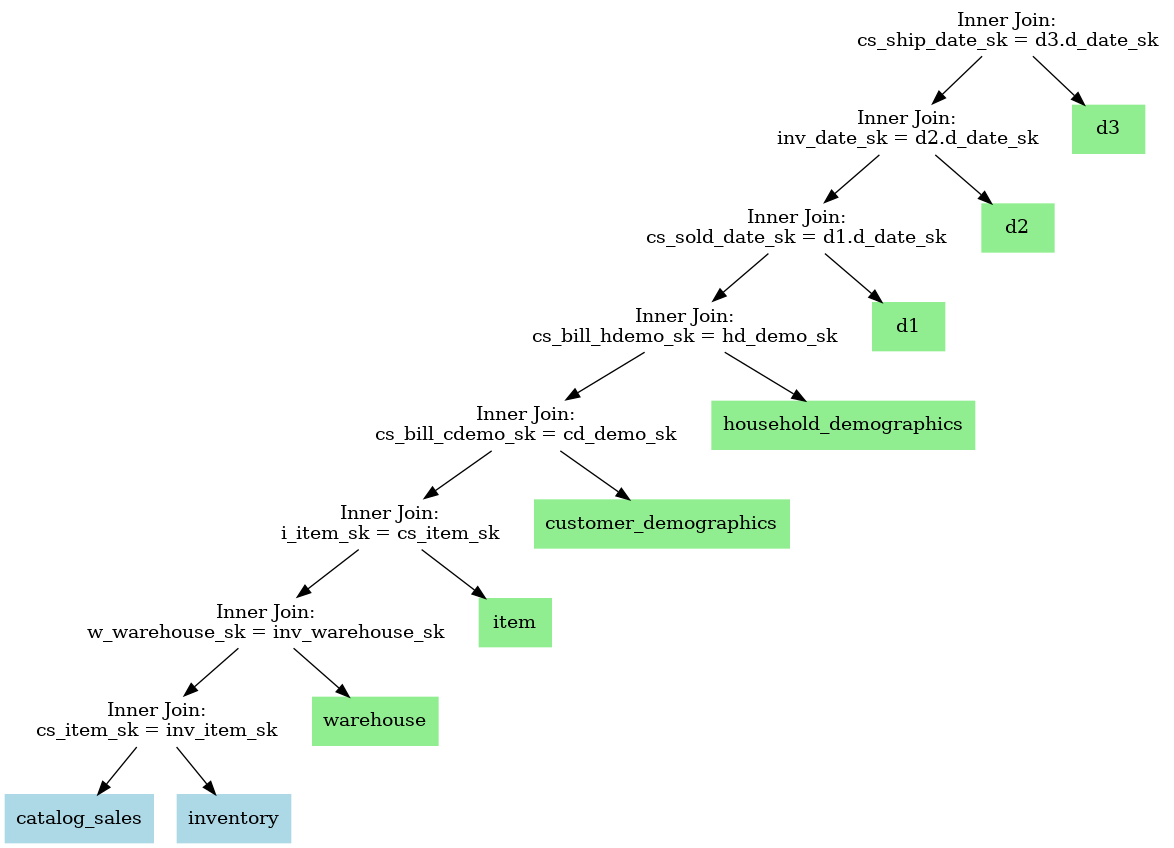
Above: examples/example1.png in andygrove/qpml (Graphviz), before the change. Its source is kept beside it as examples/example1.dot.
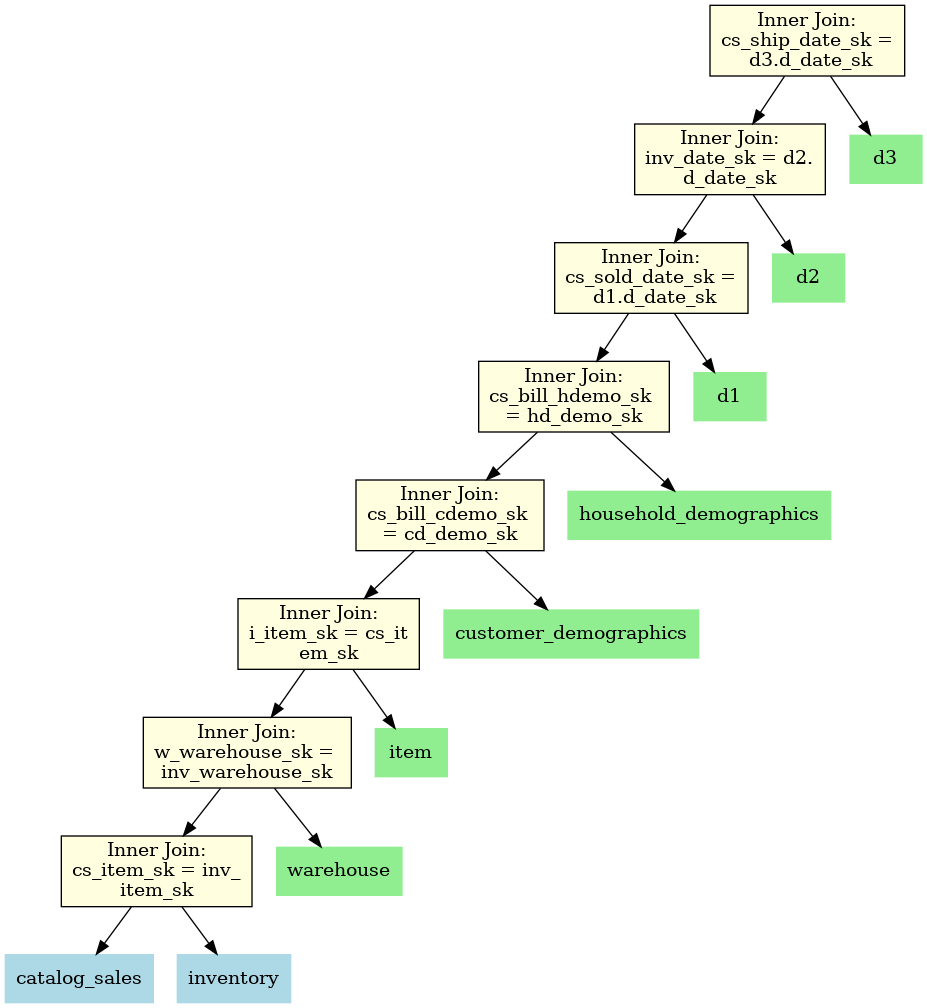
Above is the later version.

Diff of the diagram source:
```diff
@@ -1,36 +1,44 @@
 digraph G {
 
-	node0 [shape=box, label="Inner Join:\ncs_ship_date_sk = d3.d_date_sk", style=filled, color="white"];
+node0 [shape=box; label="Inner Join:\ncs_ship_date_sk =
+ d3.d_date_sk"; fillcolor="lightyellow"; style="filled"; ];
 	node0 -> node0_0;
-	node0_0 [shape=box, label="Inner Join:\ninv_date_sk = d2.d_date_sk", style=filled, color="white"];
+node0_0 [shape=box; label="Inner Join:\ninv_date_sk = d2.
+d_date_sk"; fillcolor="lightyellow"; style="filled"; ];
 	node0_0 -> node0_0_0;
-	node0_0_0 [shape=box, label="Inner Join:\ncs_sold_date_sk = d1.d_date_sk", style=filled, color="white"];
+node0_0_0 [shape=box; label="Inner Join:\ncs_sold_date_sk =
+ d1.d_date_sk"; fillcolor="lightyellow"; style="filled"; ];
 	node0_0_0 -> node0_0_0_0;
-	node0_0_0_0 [shape=box, label="Inner Join:\ncs_bill_hdemo_sk = hd_demo_sk", style=filled, color="white"];
+node0_0_0_0 [shape=box; label="Inner Join:\ncs_bill_hdemo_sk
+= hd_demo_sk"; fillcolor="lightyellow"; style="filled"; ];
 	node0_0_0_0 -> node0_0_0_0_0;
-	node0_0_0_0_0 [shape=box, label="Inner Join:\ncs_bill_cdemo_sk = cd_demo_sk", style=filled, color="white"];
+node0_0_0_0_0 [shape=box; label="Inner Join:\ncs_bill_cdemo_sk
+= cd_demo_sk"; fillcolor="lightyellow"; style="filled"; ];
 	node0_0_0_0_0 -> node0_0_0_0_0_0;
-	node0_0_0_0_0_0 [shape=box, label="Inner Join:\ni_item_sk = cs_item_sk", style=filled, color="white"];
+node0_0_0_0_0_0 [shape=box; label="Inner Join:\ni_item_sk = cs_it
+em_sk"; fillcolor="lightyellow"; style="filled"; ];
 	node0_0_0_0_0_0 -> node0_0_0_0_0_0_0;
-	node0_0_0_0_0_0_0 [shape=box, label="Inner Join:\nw_warehouse_sk = inv_warehouse_sk", style=filled, color="white"];
+node0_0_0_0_0_0_0 [shape=box; label="Inner Join:\nw_warehouse_sk =
+inv_warehouse_sk"; fillcolor="lightyellow"; style="filled"; ];
 	node0_0_0_0_0_0_0 -> node0_0_0_0_0_0_0_0;
-	node0_0_0_0_0_0_0_0 [shape=box, label="Inner Join:\ncs_item_sk = inv_item_sk", style=filled, color="white"];
+node0_0_0_0_0_0_0_0 [shape=box; label="Inner Join:\ncs_item_sk = inv_
+item_sk"; fillcolor="lightyellow"; style="filled"; ];
 	node0_0_0_0_0_0_0_0 -> node0_0_0_0_0_0_0_0_0;
-	node0_0_0_0_0_0_0_0_0 [shape=box, label="catalog_sales", style=filled, color="lightblue"];
+node0_0_0_0_0_0_0_0_0 [shape=box; label="catalog_sales"; color="lightblue"; style="filled"; ];
 	node0_0_0_0_0_0_0_0 -> node0_0_0_0_0_0_0_0_1;
-	node0_0_0_0_0_0_0_0_1 [shape=box, label="inventory", style=filled, color="lightblue"];
+node0_0_0_0_0_0_0_0_1 [shape=box; label="inventory"; color="lightblue"; style="filled"; ];
 	node0_0_0_0_0_0_0 -> node0_0_0_0_0_0_0_1;
-	node0_0_0_0_0_0_0_1 [shape=box, label="warehouse", style=filled, color="lightgreen"];
+node0_0_0_0_0_0_0_1 [shape=box; label="warehouse"; color="lightgreen"; style="filled"; ];
 	node0_0_0_0_0_0 -> node0_0_0_0_0_0_1;
-	node0_0_0_0_0_0_1 [shape=box, label="item", style=filled, color="lightgreen"];
+node0_0_0_0_0_0_1 [shape=box; label="item"; color="lightgreen"; style="filled"; ];
 	node0_0_0_0_0 -> node0_0_0_0_0_1;
-	node0_0_0_0_0_1 [shape=box, label="customer_demographics", style=filled, color="lightgreen"];
+node0_0_0_0_0_1 [shape=box; label="customer_demographics"; color="lightgreen"; style="filled"; ];
 	node0_0_0_0 -> node0_0_0_0_1;
-	node0_0_0_0_1 [shape=box, label="household_demographics", style=filled, color="lightgreen"];
+node0_0_0_0_1 [shape=box; label="household_demographics"; color="lightgreen"; style="filled"; ];
 	node0_0_0 -> node0_0_0_1;
-	node0_0_0_1 [shape=box, label="d1", style=filled, color="lightgreen"];
+node0_0_0_1 [shape=box; label="d1"; color="lightgreen"; style="filled"; ];
 	node0_0 -> node0_0_1;
-	node0_0_1 [shape=box, label="d2", style=filled, color="lightgreen"];
+node0_0_1 [shape=box; label="d2"; color="lightgreen"; style="filled"; ];
 	node0 -> node0_1;
-	node0_1 [shape=box, label="d3", style=filled, color="lightgreen"];
+node0_1 [shape=box; label="d3"; color="lightgreen"; style="filled"; ];
 }
```
